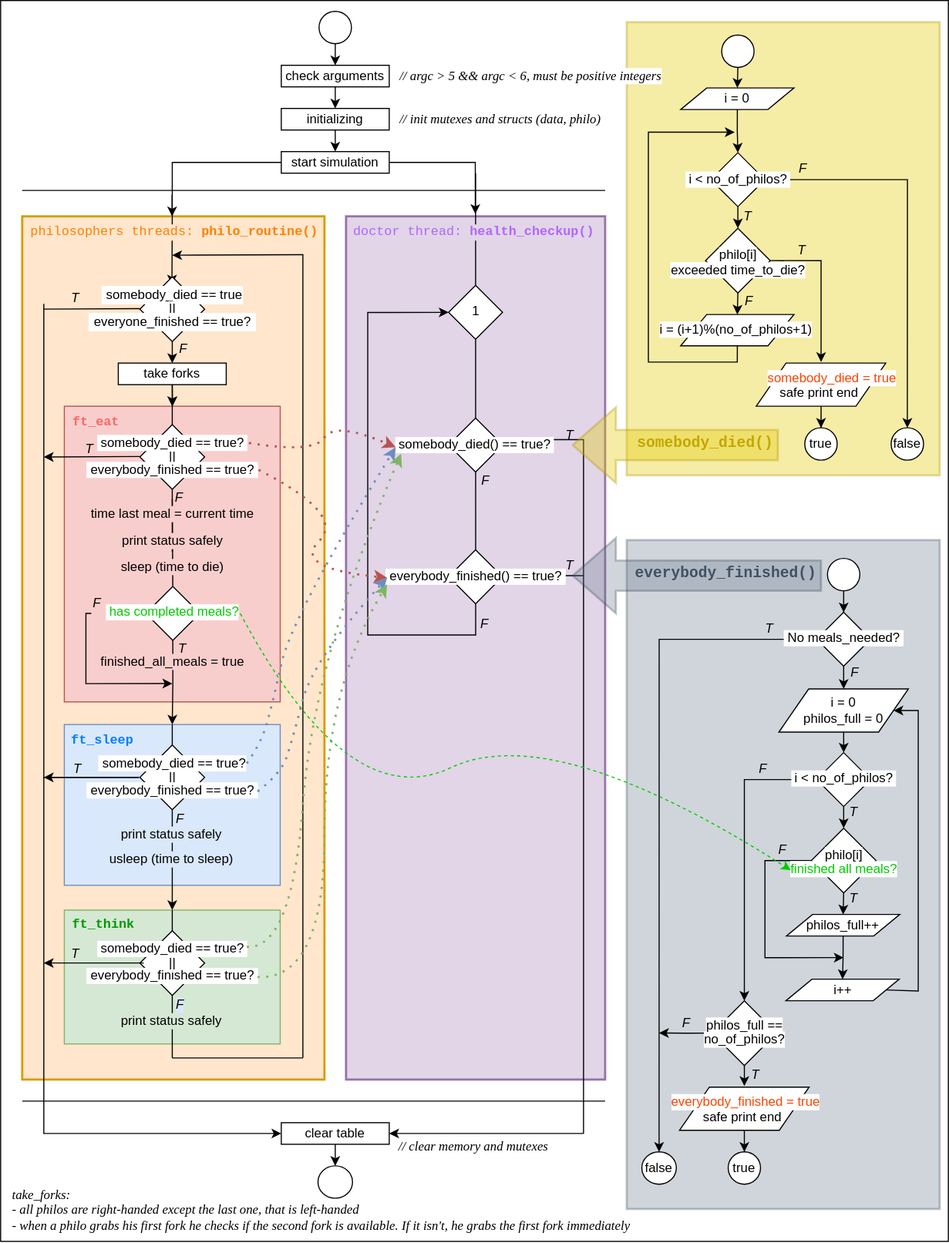
Before: assets/philosophers.svg, a diagram exported from draw.io (ccg-v/philosophers). Source tidied: cells renumbered, new cells last; positions are measured from the earlier drawing's top-left corner, leaving out a move shared by most shapes.
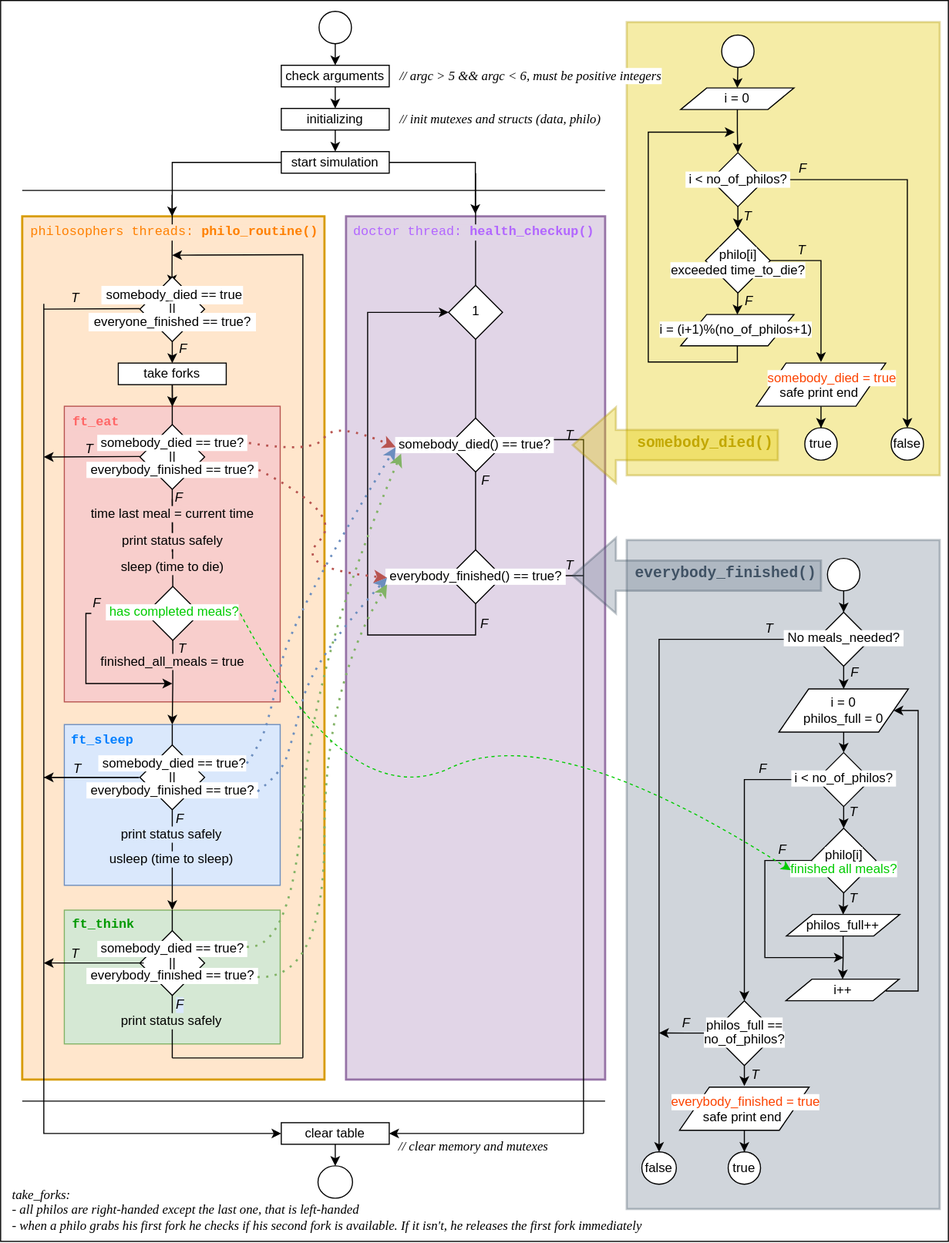
The same file after the commit.

What changed in the source:
```diff
@@ -679,8 +679,8 @@
     <mxCell id="176" value="&lt;div&gt;// clear memory and mutexes&lt;/div&gt;" style="text;html=1;align=left;verticalAlign=middle;strokeColor=none;fillColor=none;fontStyle=2;fontSize=12;fontFamily=Times New Roman;" parent="1" vertex="1">
       <mxGeometry x="367" y="1047" width="160" height="30" as="geometry" />
     </mxCell>
-    <mxCell id="177" value="&lt;div&gt;take_forks: &lt;br&gt;&lt;/div&gt;&lt;div&gt;- all philos are right-handed except the last one, that is left-handed&lt;/div&gt;&lt;div&gt;- when a philo grabs his first fork he checks if the second fork is available. If it isn't, he grabs the first fork immediately&lt;br&gt;&lt;/div&gt;" style="text;html=1;align=left;verticalAlign=middle;strokeColor=none;fillColor=none;fontStyle=2;fontSize=12;fontFamily=Times New Roman;" parent="1" vertex="1">
-      <mxGeometry x="8.5" y="1091" width="600" height="60" as="geometry" />
+    <mxCell id="177" value="&lt;div&gt;take_forks: &lt;br&gt;&lt;/div&gt;&lt;div&gt;- all philos are right-handed except the last one, that is left-handed&lt;/div&gt;&lt;div&gt;- when a philo grabs his first fork he checks if his second fork is available. If it isn't, he releases the first fork immediately&lt;br&gt;&lt;/div&gt;" style="text;html=1;align=left;verticalAlign=middle;strokeColor=none;fillColor=none;fontStyle=2;fontSize=12;fontFamily=Times New Roman;" parent="1" vertex="1">
+      <mxGeometry x="8.5" y="1091" width="610" height="60" as="geometry" />
     </mxCell>
     <mxCell id="178" style="curved=1;endArrow=classic;html=1;rounded=0;entryX=0.075;entryY=0.667;entryDx=0;entryDy=0;entryPerimeter=0;exitX=0.992;exitY=0.574;exitDx=0;exitDy=0;exitPerimeter=0;dashed=1;strokeColor=#00CC00;" parent="1" edge="1">
       <mxGeometry relative="1" as="geometry">
```
